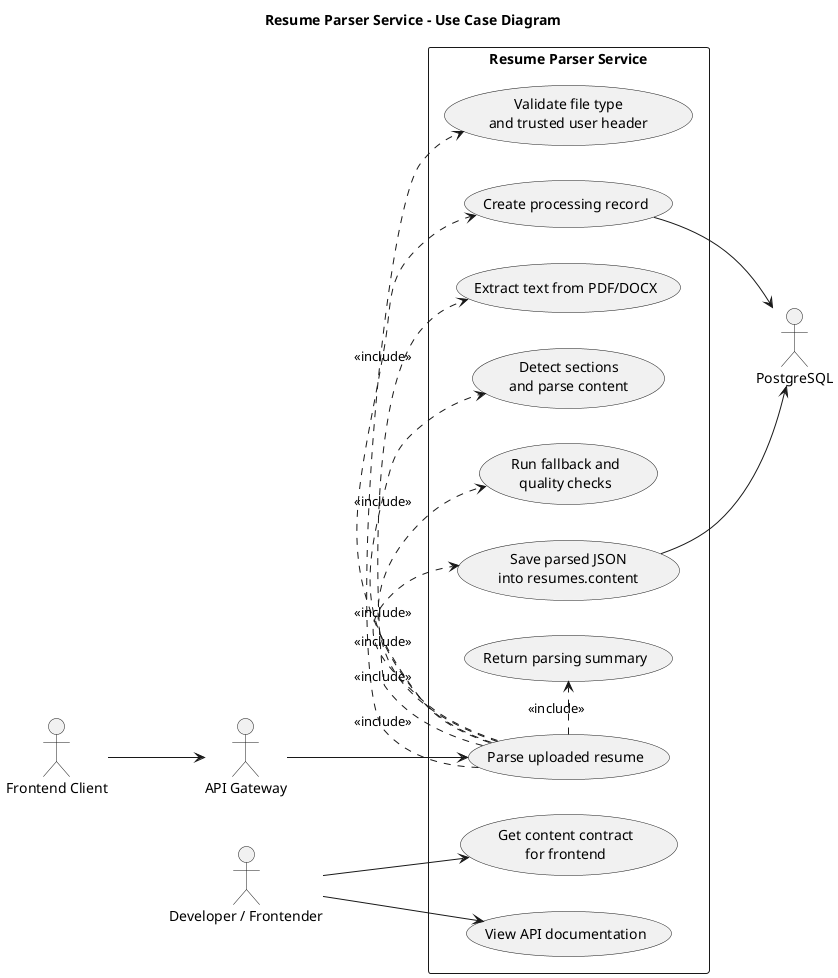
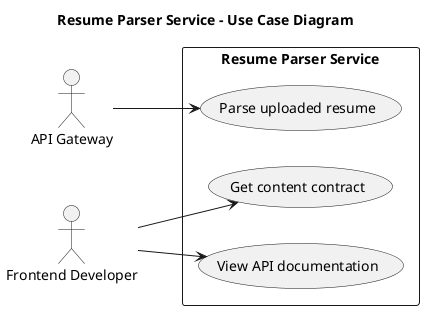
@startuml
title Resume Parser Service - Use Case Diagram

left to right direction
skinparam shadowing false

- actor "Frontend Client" as Frontend
actor "API Gateway" as Gateway
- actor "Developer / Frontender" as Developer
- actor "PostgreSQL" as Database
+ actor "Frontend Developer" as FrontendDev

rectangle "Resume Parser Service" {
  usecase "Parse uploaded resume" as UCParse
-   usecase "Validate file type\nand trusted user header" as UCValidate
-   usecase "Create processing record" as UCCreate
-   usecase "Extract text from PDF/DOCX" as UCExtract
-   usecase "Detect sections\nand parse content" as UCParseContent
-   usecase "Run fallback and\nquality checks" as UCQuality
-   usecase "Save parsed JSON\ninto resumes.content" as UCSave
-   usecase "Return parsing summary" as UCReturn
-   usecase "Get content contract\nfor frontend" as UCContract
+   usecase "Get content contract" as UCContract
  usecase "View API documentation" as UCDocs
}

- Frontend --> Gateway
Gateway --> UCParse
- Developer --> UCContract
- Developer --> UCDocs
- 
- UCParse .> UCValidate : <<include>>
- UCParse .> UCCreate : <<include>>
- UCParse .> UCExtract : <<include>>
- UCParse .> UCParseContent : <<include>>
- UCParse .> UCQuality : <<include>>
- UCParse .> UCSave : <<include>>
- UCParse .> UCReturn : <<include>>
- 
- UCCreate --> Database
- UCSave --> Database
+ FrontendDev --> UCContract
+ FrontendDev --> UCDocs

@enduml
